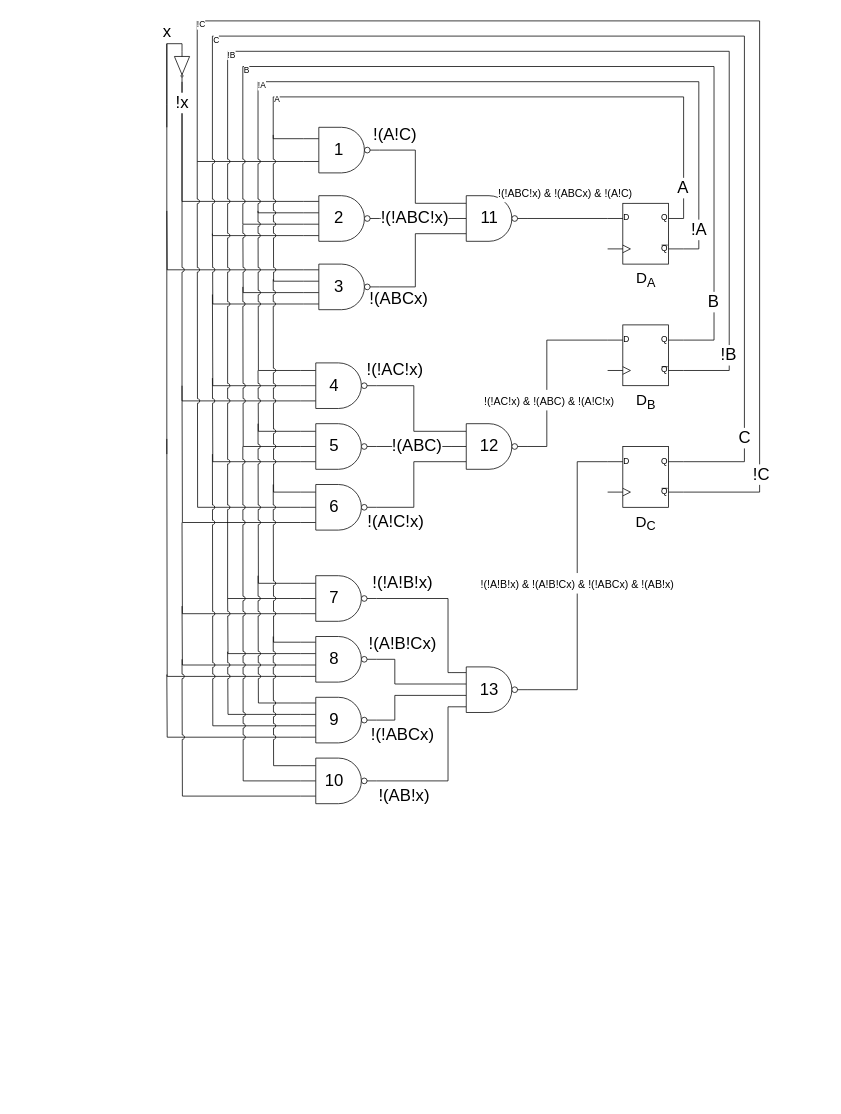
sondrep/TFE4152-Project keeps this draw.io diagram as digital/logic_diagram.drawio. Above is the earlier version. Source tidied: cells renumbered, new cells numbered last; positions are measured from the earlier drawing's top-left corner, leaving out a move shared by most shapes. Both pictures are drawn from the tidied source at 76%, with x=0, y=0 at pixel (155, 13).
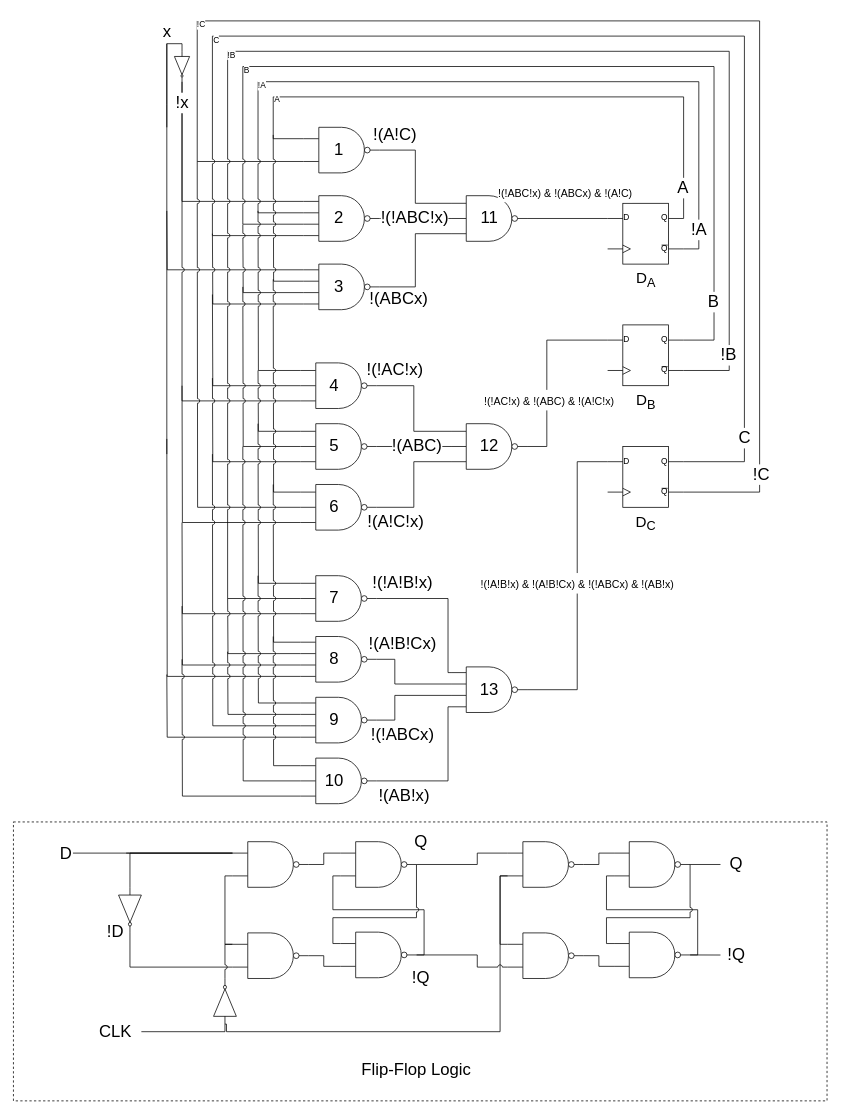
The same page after the edit.

The edit, as a diff of the source:
```diff
@@
+    <mxCell id="107" style="rounded=0;whiteSpace=wrap;html=1;fontFamily=Helvetica;fontSize=11;fontColor=default;labelBackgroundColor=default;fillColor=none;dashed=1;" parent="1" vertex="1">
+      <mxGeometry x="-186.8" y="1064" width="1070.5" height="367" as="geometry" />
+    </mxCell>
@@
+    <mxCell id="108" style="edgeStyle=orthogonalEdgeStyle;shape=connector;rounded=0;jumpStyle=arc;html=1;exitX=0;exitY=0.25;exitDx=0;exitDy=0;exitPerimeter=0;strokeColor=default;align=center;verticalAlign=middle;fontFamily=Helvetica;fontSize=11;fontColor=default;labelBackgroundColor=default;endArrow=none;endFill=0;" parent="1" edge="1" source="110">
+      <mxGeometry relative="1" as="geometry">
+        <mxPoint x="-38.5" y="1105" as="targetPoint" />
+      </mxGeometry>
+    </mxCell>
+    <mxCell id="109" style="edgeStyle=orthogonalEdgeStyle;shape=connector;rounded=0;jumpStyle=arc;html=1;exitX=0;exitY=0.25;exitDx=0;exitDy=0;exitPerimeter=0;strokeColor=default;align=center;verticalAlign=middle;fontFamily=Helvetica;fontSize=11;fontColor=default;labelBackgroundColor=default;endArrow=none;endFill=0;" parent="1" edge="1" source="110">
+      <mxGeometry relative="1" as="geometry">
+        <mxPoint x="-108.5" y="1105" as="targetPoint" />
+      </mxGeometry>
+    </mxCell>
+    <mxCell id="110" style="verticalLabelPosition=bottom;shadow=0;dashed=0;align=center;html=1;verticalAlign=top;shape=mxgraph.electrical.logic_gates.logic_gate;operation=and;negating=1;negSize=0.15;" parent="1" vertex="1">
+      <mxGeometry x="101.5" y="1090" width="100" height="60" as="geometry" />
+    </mxCell>
+    <mxCell id="111" style="verticalLabelPosition=bottom;shadow=0;dashed=0;align=center;html=1;verticalAlign=top;shape=mxgraph.electrical.logic_gates.logic_gate;operation=and;negating=1;negSize=0.15;" parent="1" vertex="1">
+      <mxGeometry x="101.5" y="1210" width="100" height="60" as="geometry" />
+    </mxCell>
+    <mxCell id="112" style="edgeStyle=orthogonalEdgeStyle;html=1;exitX=0;exitY=0.75;exitDx=0;exitDy=0;exitPerimeter=0;entryX=0;entryY=0.25;entryDx=0;entryDy=0;entryPerimeter=0;rounded=0;jumpStyle=arc;endArrow=none;endFill=0;" parent="1" edge="1" source="110" target="111">
+      <mxGeometry relative="1" as="geometry" />
+    </mxCell>
+    <mxCell id="113" style="verticalLabelPosition=bottom;shadow=0;dashed=0;align=center;html=1;verticalAlign=top;shape=mxgraph.electrical.logic_gates.inverter_2;fontFamily=Helvetica;fontSize=11;fontColor=default;labelBackgroundColor=default;direction=south;" parent="1" vertex="1">
+      <mxGeometry x="-48.5" y="1150" width="30" height="60" as="geometry" />
+    </mxCell>
+    <mxCell id="114" style="edgeStyle=orthogonalEdgeStyle;shape=connector;rounded=0;jumpStyle=arc;html=1;exitX=1;exitY=0.5;exitDx=0;exitDy=0;exitPerimeter=0;entryX=0;entryY=0.75;entryDx=0;entryDy=0;entryPerimeter=0;strokeColor=default;align=center;verticalAlign=middle;fontFamily=Helvetica;fontSize=11;fontColor=default;labelBackgroundColor=default;endArrow=none;endFill=0;" parent="1" edge="1" source="113" target="111">
+      <mxGeometry relative="1" as="geometry" />
+    </mxCell>
+    <mxCell id="115" style="edgeStyle=orthogonalEdgeStyle;shape=connector;rounded=0;jumpStyle=arc;html=1;exitX=0;exitY=0.5;exitDx=0;exitDy=0;exitPerimeter=0;entryX=0;entryY=0.25;entryDx=0;entryDy=0;entryPerimeter=0;strokeColor=default;align=center;verticalAlign=middle;fontFamily=Helvetica;fontSize=11;fontColor=default;labelBackgroundColor=default;endArrow=none;endFill=0;" parent="1" edge="1" source="113" target="110">
+      <mxGeometry relative="1" as="geometry" />
+    </mxCell>
+    <mxCell id="116" style="verticalLabelPosition=bottom;shadow=0;dashed=0;align=center;html=1;verticalAlign=top;shape=mxgraph.electrical.logic_gates.logic_gate;operation=and;negating=1;negSize=0.15;fontFamily=Helvetica;fontSize=11;fontColor=default;labelBackgroundColor=default;" parent="1" vertex="1">
+      <mxGeometry x="243.5" y="1090" width="100" height="60" as="geometry" />
+    </mxCell>
+    <mxCell id="117" style="verticalLabelPosition=bottom;shadow=0;dashed=0;align=center;html=1;verticalAlign=top;shape=mxgraph.electrical.logic_gates.logic_gate;operation=and;negating=1;negSize=0.15;fontFamily=Helvetica;fontSize=11;fontColor=default;labelBackgroundColor=default;" parent="1" vertex="1">
+      <mxGeometry x="243.5" y="1209" width="100" height="60" as="geometry" />
+    </mxCell>
+    <mxCell id="118" style="edgeStyle=orthogonalEdgeStyle;shape=connector;rounded=0;jumpStyle=arc;html=1;exitX=1;exitY=0.5;exitDx=0;exitDy=0;exitPerimeter=0;entryX=0;entryY=0.75;entryDx=0;entryDy=0;entryPerimeter=0;strokeColor=default;align=center;verticalAlign=middle;fontFamily=Helvetica;fontSize=11;fontColor=default;labelBackgroundColor=default;endArrow=none;endFill=0;" parent="1" edge="1" source="117" target="116">
+      <mxGeometry relative="1" as="geometry" />
+    </mxCell>
+    <mxCell id="119" style="edgeStyle=orthogonalEdgeStyle;shape=connector;rounded=0;jumpStyle=arc;html=1;exitX=0;exitY=0.25;exitDx=0;exitDy=0;exitPerimeter=0;entryX=1;entryY=0.5;entryDx=0;entryDy=0;entryPerimeter=0;strokeColor=default;align=center;verticalAlign=middle;fontFamily=Helvetica;fontSize=11;fontColor=default;labelBackgroundColor=default;endArrow=none;endFill=0;" parent="1" edge="1" source="117" target="116">
+      <mxGeometry relative="1" as="geometry">
+        <Array as="points">
+          <mxPoint x="233.5" y="1224" />
+          <mxPoint x="233.5" y="1190" />
+          <mxPoint x="343.5" y="1190" />
+        </Array>
+      </mxGeometry>
+    </mxCell>
+    <mxCell id="120" style="edgeStyle=orthogonalEdgeStyle;shape=connector;rounded=0;jumpStyle=arc;html=1;exitX=1;exitY=0.5;exitDx=0;exitDy=0;exitPerimeter=0;entryX=0;entryY=0.25;entryDx=0;entryDy=0;entryPerimeter=0;strokeColor=default;align=center;verticalAlign=middle;fontFamily=Helvetica;fontSize=11;fontColor=default;labelBackgroundColor=default;endArrow=none;endFill=0;" parent="1" edge="1" source="110" target="116">
+      <mxGeometry relative="1" as="geometry">
+        <Array as="points">
+          <mxPoint x="221.5" y="1120" />
+          <mxPoint x="221.5" y="1105" />
+        </Array>
+      </mxGeometry>
+    </mxCell>
+    <mxCell id="121" style="edgeStyle=orthogonalEdgeStyle;shape=connector;rounded=0;jumpStyle=arc;html=1;exitX=0;exitY=0.75;exitDx=0;exitDy=0;exitPerimeter=0;entryX=1;entryY=0.5;entryDx=0;entryDy=0;entryPerimeter=0;strokeColor=default;align=center;verticalAlign=middle;fontFamily=Helvetica;fontSize=11;fontColor=default;labelBackgroundColor=default;endArrow=none;endFill=0;" parent="1" edge="1" source="117" target="111">
+      <mxGeometry relative="1" as="geometry">
+        <Array as="points">
+          <mxPoint x="221.5" y="1254" />
+          <mxPoint x="221.5" y="1240" />
+        </Array>
+      </mxGeometry>
+    </mxCell>
+    <mxCell id="122" value="&lt;span style=&quot;color: rgb(0, 0, 0);&quot;&gt;D&lt;/span&gt;" style="text;html=1;align=center;verticalAlign=middle;strokeColor=none;fillColor=none;fontFamily=Helvetica;fontSize=22;fontColor=default;labelBackgroundColor=default;" parent="1" vertex="1">
+      <mxGeometry x="-138.5" y="1086" width="40" height="40" as="geometry" />
+    </mxCell>
+    <mxCell id="123" value="&lt;span style=&quot;color: rgb(0, 0, 0);&quot;&gt;!D&lt;/span&gt;" style="text;html=1;align=center;verticalAlign=middle;strokeColor=none;fillColor=none;fontFamily=Helvetica;fontSize=22;fontColor=default;labelBackgroundColor=default;" parent="1" vertex="1">
+      <mxGeometry x="-78.5" y="1189" width="50" height="40" as="geometry" />
+    </mxCell>
+    <mxCell id="124" value="&lt;span style=&quot;color: rgb(0, 0, 0);&quot;&gt;CLK&lt;/span&gt;" style="text;html=1;align=center;verticalAlign=middle;strokeColor=none;fillColor=none;fontFamily=Helvetica;fontSize=22;fontColor=default;labelBackgroundColor=default;" parent="1" vertex="1">
+      <mxGeometry x="-88.5" y="1320" width="70" height="40" as="geometry" />
+    </mxCell>
+    <mxCell id="125" value="&lt;span style=&quot;color: rgb(0, 0, 0);&quot;&gt;Q&lt;/span&gt;" style="text;html=1;align=center;verticalAlign=middle;strokeColor=none;fillColor=none;fontFamily=Helvetica;fontSize=22;fontColor=default;labelBackgroundColor=default;" parent="1" vertex="1">
+      <mxGeometry x="328.5" y="1070" width="40" height="40" as="geometry" />
+    </mxCell>
+    <mxCell id="126" value="&lt;span style=&quot;color: rgb(0, 0, 0);&quot;&gt;!Q&lt;/span&gt;" style="text;html=1;align=center;verticalAlign=middle;strokeColor=none;fillColor=none;fontFamily=Helvetica;fontSize=22;fontColor=default;labelBackgroundColor=default;" parent="1" vertex="1">
+      <mxGeometry x="323.5" y="1250" width="50" height="40" as="geometry" />
+    </mxCell>
+    <mxCell id="127" style="edgeStyle=orthogonalEdgeStyle;shape=connector;rounded=0;jumpStyle=arc;html=1;exitX=0;exitY=0.75;exitDx=0;exitDy=0;exitPerimeter=0;strokeColor=default;align=center;verticalAlign=middle;fontFamily=Helvetica;fontSize=11;fontColor=default;labelBackgroundColor=default;endArrow=none;endFill=0;entryX=0;entryY=0.5;entryDx=0;entryDy=0;entryPerimeter=0;" parent="1" edge="1" source="129" target="144">
+      <mxGeometry relative="1" as="geometry">
+        <Array as="points">
+          <mxPoint x="453.5" y="1135" />
+          <mxPoint x="453.5" y="1340" />
+          <mxPoint x="93.5" y="1340" />
+        </Array>
+      </mxGeometry>
+    </mxCell>
+    <mxCell id="128" style="edgeStyle=orthogonalEdgeStyle;shape=connector;rounded=0;jumpStyle=arc;html=1;exitX=0;exitY=0.25;exitDx=0;exitDy=0;exitPerimeter=0;strokeColor=default;align=center;verticalAlign=middle;fontFamily=Helvetica;fontSize=11;fontColor=default;labelBackgroundColor=default;endArrow=none;endFill=0;entryX=1;entryY=0.5;entryDx=0;entryDy=0;entryPerimeter=0;" parent="1" edge="1" source="129" target="116">
+      <mxGeometry relative="1" as="geometry">
+        <Array as="points">
+          <mxPoint x="423.5" y="1105" />
+          <mxPoint x="423.5" y="1120" />
+        </Array>
+      </mxGeometry>
+    </mxCell>
+    <mxCell id="129" style="verticalLabelPosition=bottom;shadow=0;dashed=0;align=center;html=1;verticalAlign=top;shape=mxgraph.electrical.logic_gates.logic_gate;operation=and;negating=1;negSize=0.15;" parent="1" vertex="1">
+      <mxGeometry x="463.5" y="1090" width="100" height="60" as="geometry" />
+    </mxCell>
+    <mxCell id="130" style="verticalLabelPosition=bottom;shadow=0;dashed=0;align=center;html=1;verticalAlign=top;shape=mxgraph.electrical.logic_gates.logic_gate;operation=and;negating=1;negSize=0.15;" parent="1" vertex="1">
+      <mxGeometry x="463.5" y="1210" width="100" height="60" as="geometry" />
+    </mxCell>
+    <mxCell id="131" style="edgeStyle=orthogonalEdgeStyle;html=1;exitX=0;exitY=0.75;exitDx=0;exitDy=0;exitPerimeter=0;entryX=0;entryY=0.25;entryDx=0;entryDy=0;entryPerimeter=0;rounded=0;jumpStyle=arc;endArrow=none;endFill=0;" parent="1" edge="1" source="129" target="130">
+      <mxGeometry relative="1" as="geometry" />
+    </mxCell>
+    <mxCell id="132" style="edgeStyle=orthogonalEdgeStyle;shape=connector;rounded=0;jumpStyle=arc;html=1;exitX=1;exitY=0.5;exitDx=0;exitDy=0;exitPerimeter=0;entryX=0;entryY=0.75;entryDx=0;entryDy=0;entryPerimeter=0;strokeColor=default;align=center;verticalAlign=middle;fontFamily=Helvetica;fontSize=11;fontColor=default;labelBackgroundColor=default;endArrow=none;endFill=0;" parent="1" edge="1" source="117" target="130">
+      <mxGeometry relative="1" as="geometry">
+        <Array as="points">
+          <mxPoint x="423.5" y="1239" />
+          <mxPoint x="423.5" y="1255" />
+        </Array>
+      </mxGeometry>
+    </mxCell>
+    <mxCell id="133" style="edgeStyle=orthogonalEdgeStyle;shape=connector;rounded=0;jumpStyle=arc;html=1;exitX=1;exitY=0.5;exitDx=0;exitDy=0;exitPerimeter=0;strokeColor=default;align=center;verticalAlign=middle;fontFamily=Helvetica;fontSize=11;fontColor=default;labelBackgroundColor=default;endArrow=none;endFill=0;" parent="1" edge="1" source="134">
+      <mxGeometry relative="1" as="geometry">
+        <mxPoint x="743.5" y="1120" as="targetPoint" />
+      </mxGeometry>
+    </mxCell>
+    <mxCell id="134" style="verticalLabelPosition=bottom;shadow=0;dashed=0;align=center;html=1;verticalAlign=top;shape=mxgraph.electrical.logic_gates.logic_gate;operation=and;negating=1;negSize=0.15;fontFamily=Helvetica;fontSize=11;fontColor=default;labelBackgroundColor=default;" parent="1" vertex="1">
+      <mxGeometry x="603.5" y="1090" width="100" height="60" as="geometry" />
+    </mxCell>
+    <mxCell id="135" style="edgeStyle=orthogonalEdgeStyle;shape=connector;rounded=0;jumpStyle=arc;html=1;exitX=1;exitY=0.5;exitDx=0;exitDy=0;exitPerimeter=0;strokeColor=default;align=center;verticalAlign=middle;fontFamily=Helvetica;fontSize=11;fontColor=default;labelBackgroundColor=default;endArrow=none;endFill=0;" parent="1" edge="1" source="136">
+      <mxGeometry relative="1" as="geometry">
+        <mxPoint x="743.5" y="1239.1" as="targetPoint" />
+      </mxGeometry>
+    </mxCell>
+    <mxCell id="136" style="verticalLabelPosition=bottom;shadow=0;dashed=0;align=center;html=1;verticalAlign=top;shape=mxgraph.electrical.logic_gates.logic_gate;operation=and;negating=1;negSize=0.15;fontFamily=Helvetica;fontSize=11;fontColor=default;labelBackgroundColor=default;" parent="1" vertex="1">
+      <mxGeometry x="603.5" y="1209" width="100" height="60" as="geometry" />
+    </mxCell>
+    <mxCell id="137" style="edgeStyle=orthogonalEdgeStyle;shape=connector;rounded=0;jumpStyle=arc;html=1;exitX=1;exitY=0.5;exitDx=0;exitDy=0;exitPerimeter=0;entryX=0;entryY=0.75;entryDx=0;entryDy=0;entryPerimeter=0;strokeColor=default;align=center;verticalAlign=middle;fontFamily=Helvetica;fontSize=11;fontColor=default;labelBackgroundColor=default;endArrow=none;endFill=0;" parent="1" edge="1" source="136" target="134">
+      <mxGeometry relative="1" as="geometry" />
+    </mxCell>
+    <mxCell id="138" style="edgeStyle=orthogonalEdgeStyle;shape=connector;rounded=0;jumpStyle=arc;html=1;exitX=0;exitY=0.25;exitDx=0;exitDy=0;exitPerimeter=0;entryX=1;entryY=0.5;entryDx=0;entryDy=0;entryPerimeter=0;strokeColor=default;align=center;verticalAlign=middle;fontFamily=Helvetica;fontSize=11;fontColor=default;labelBackgroundColor=default;endArrow=none;endFill=0;" parent="1" edge="1" source="136" target="134">
+      <mxGeometry relative="1" as="geometry">
+        <Array as="points">
+          <mxPoint x="593.5" y="1224" />
+          <mxPoint x="593.5" y="1190" />
+          <mxPoint x="703.5" y="1190" />
+        </Array>
+      </mxGeometry>
+    </mxCell>
+    <mxCell id="139" style="edgeStyle=orthogonalEdgeStyle;shape=connector;rounded=0;jumpStyle=arc;html=1;exitX=1;exitY=0.5;exitDx=0;exitDy=0;exitPerimeter=0;entryX=0;entryY=0.25;entryDx=0;entryDy=0;entryPerimeter=0;strokeColor=default;align=center;verticalAlign=middle;fontFamily=Helvetica;fontSize=11;fontColor=default;labelBackgroundColor=default;endArrow=none;endFill=0;" parent="1" edge="1" source="129" target="134">
+      <mxGeometry relative="1" as="geometry">
+        <Array as="points">
+          <mxPoint x="583.5" y="1120" />
+          <mxPoint x="583.5" y="1105" />
+        </Array>
+      </mxGeometry>
+    </mxCell>
+    <mxCell id="140" style="edgeStyle=orthogonalEdgeStyle;shape=connector;rounded=0;jumpStyle=arc;html=1;exitX=0;exitY=0.75;exitDx=0;exitDy=0;exitPerimeter=0;entryX=1;entryY=0.5;entryDx=0;entryDy=0;entryPerimeter=0;strokeColor=default;align=center;verticalAlign=middle;fontFamily=Helvetica;fontSize=11;fontColor=default;labelBackgroundColor=default;endArrow=none;endFill=0;" parent="1" edge="1" source="136" target="130">
+      <mxGeometry relative="1" as="geometry">
+        <Array as="points">
+          <mxPoint x="583.5" y="1254" />
+          <mxPoint x="583.5" y="1240" />
+        </Array>
+      </mxGeometry>
+    </mxCell>
+    <mxCell id="141" value="&lt;span style=&quot;color: rgb(0, 0, 0);&quot;&gt;Q&lt;/span&gt;" style="text;html=1;align=center;verticalAlign=middle;strokeColor=none;fillColor=none;fontFamily=Helvetica;fontSize=22;fontColor=default;labelBackgroundColor=default;" parent="1" vertex="1">
+      <mxGeometry x="743.5" y="1100" width="40" height="40" as="geometry" />
+    </mxCell>
+    <mxCell id="142" value="&lt;span style=&quot;color: rgb(0, 0, 0);&quot;&gt;!Q&lt;/span&gt;" style="text;html=1;align=center;verticalAlign=middle;strokeColor=none;fillColor=none;fontFamily=Helvetica;fontSize=22;fontColor=default;labelBackgroundColor=default;" parent="1" vertex="1">
+      <mxGeometry x="738.5" y="1219" width="50" height="40" as="geometry" />
+    </mxCell>
+    <mxCell id="143" style="edgeStyle=orthogonalEdgeStyle;shape=connector;rounded=0;jumpStyle=arc;html=1;exitX=0;exitY=0.5;exitDx=0;exitDy=0;exitPerimeter=0;strokeColor=default;align=center;verticalAlign=middle;fontFamily=Helvetica;fontSize=11;fontColor=default;labelBackgroundColor=default;endArrow=none;endFill=0;" parent="1" edge="1" source="144">
+      <mxGeometry relative="1" as="geometry">
+        <mxPoint x="-18.5" y="1340" as="targetPoint" />
+        <Array as="points">
+          <mxPoint x="91.5" y="1340" />
+        </Array>
+      </mxGeometry>
+    </mxCell>
+    <mxCell id="144" style="verticalLabelPosition=bottom;shadow=0;dashed=0;align=center;html=1;verticalAlign=top;shape=mxgraph.electrical.logic_gates.inverter_2;fontFamily=Helvetica;fontSize=11;fontColor=default;labelBackgroundColor=default;direction=north;" parent="1" vertex="1">
+      <mxGeometry x="76.5" y="1270" width="30" height="60" as="geometry" />
+    </mxCell>
+    <mxCell id="145" style="edgeStyle=orthogonalEdgeStyle;shape=connector;rounded=0;jumpStyle=arc;html=1;exitX=1;exitY=0.5;exitDx=0;exitDy=0;exitPerimeter=0;entryX=0;entryY=0.25;entryDx=0;entryDy=0;entryPerimeter=0;strokeColor=default;align=center;verticalAlign=middle;fontFamily=Helvetica;fontSize=11;fontColor=default;labelBackgroundColor=default;endArrow=none;endFill=0;" parent="1" edge="1" source="144" target="111">
+      <mxGeometry relative="1" as="geometry" />
+    </mxCell>
+    <mxCell id="146" value="&lt;span style=&quot;color: rgb(0, 0, 0);&quot;&gt;Flip-Flop Logic&lt;/span&gt;" style="text;html=1;align=center;verticalAlign=middle;strokeColor=none;fillColor=none;fontFamily=Helvetica;fontSize=22;fontColor=default;labelBackgroundColor=default;" parent="1" vertex="1">
+      <mxGeometry x="262" y="1372" width="162" height="38" as="geometry" />
+    </mxCell>
```
